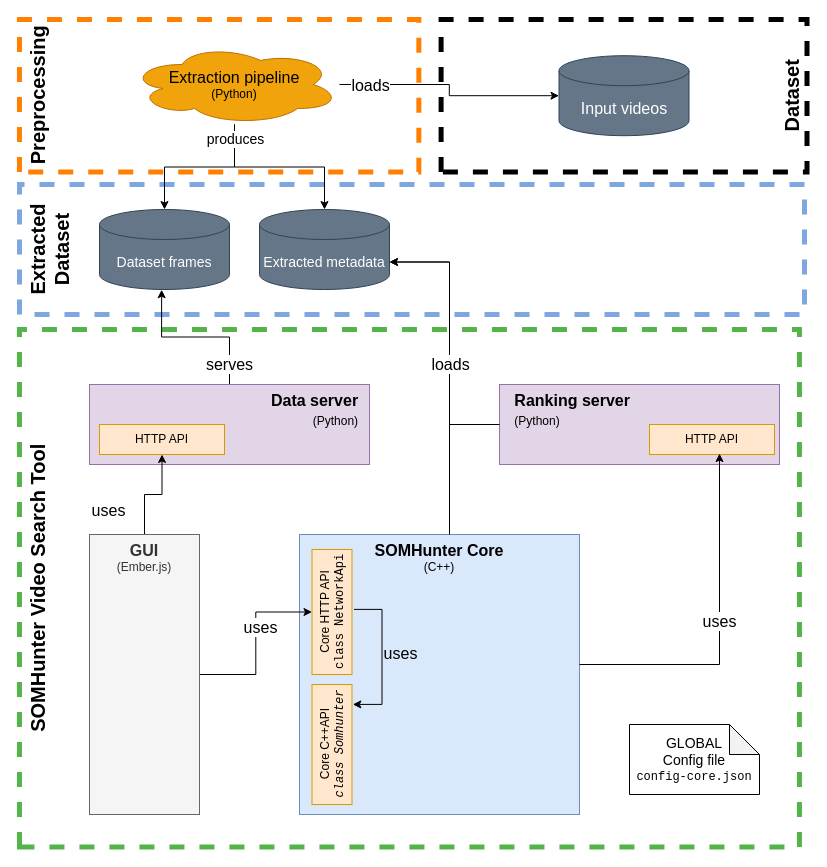
Above: dev-documentation/img/diagrams/sh-arch.drawio in siret-junior/somhunter-docs (draw.io), before the change. Source tidied: cells renumbered, new cells numbered last; positions are measured from the earlier drawing's top-left corner, leaving out a move shared by most shapes. Both pictures are drawn from the tidied source at 100%, with x=0, y=0 at pixel (89, -144).
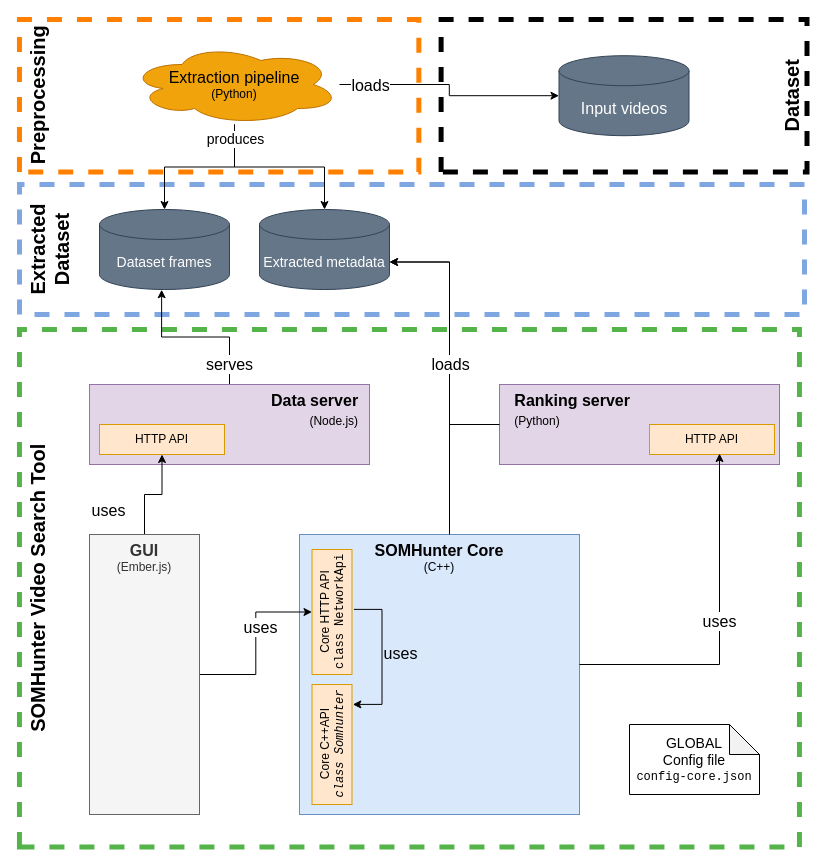
The same diagram, later.

Commit message (it also covers changes not shown here):
Fix wrong tech type on data-server in the diagram

Diff of the diagram source:
```diff
@@
-    <mxCell id="16" value="&lt;b&gt;&lt;font style=&quot;font-size: 16px&quot; face=&quot;Helvetica&quot;&gt;Data server&amp;nbsp;&amp;nbsp; &lt;br&gt;&lt;/font&gt;&lt;/b&gt;&lt;font style=&quot;font-size: 12px&quot; face=&quot;Helvetica&quot;&gt;(Python)&lt;/font&gt;&lt;b&gt;&lt;font style=&quot;font-size: 16px&quot; face=&quot;Helvetica&quot;&gt;&amp;nbsp;&amp;nbsp; &lt;br&gt;&lt;br&gt;&lt;/font&gt;&lt;/b&gt;" style="rounded=0;whiteSpace=wrap;html=1;labelBackgroundColor=none;fontFamily=Helvetica;fontSize=12;verticalAlign=top;fillColor=#e1d5e7;strokeColor=#9673a6;align=right;" parent="1" vertex="1">
+    <mxCell id="16" value="&lt;b&gt;&lt;font style=&quot;font-size: 16px&quot; face=&quot;Helvetica&quot;&gt;Data server&amp;nbsp;&amp;nbsp; &lt;br&gt;&lt;/font&gt;&lt;/b&gt;&lt;font style=&quot;font-size: 12px&quot; face=&quot;Helvetica&quot;&gt;(Node.js)&lt;/font&gt;&lt;b&gt;&lt;font style=&quot;font-size: 16px&quot; face=&quot;Helvetica&quot;&gt;&amp;nbsp;&amp;nbsp; &lt;br&gt;&lt;br&gt;&lt;/font&gt;&lt;/b&gt;" style="rounded=0;whiteSpace=wrap;html=1;labelBackgroundColor=none;fontFamily=Helvetica;fontSize=12;verticalAlign=top;fillColor=#e1d5e7;strokeColor=#9673a6;align=right;" parent="1" vertex="1">
       <mxGeometry y="528" width="280" height="80" as="geometry" />
     </mxCell>
```
